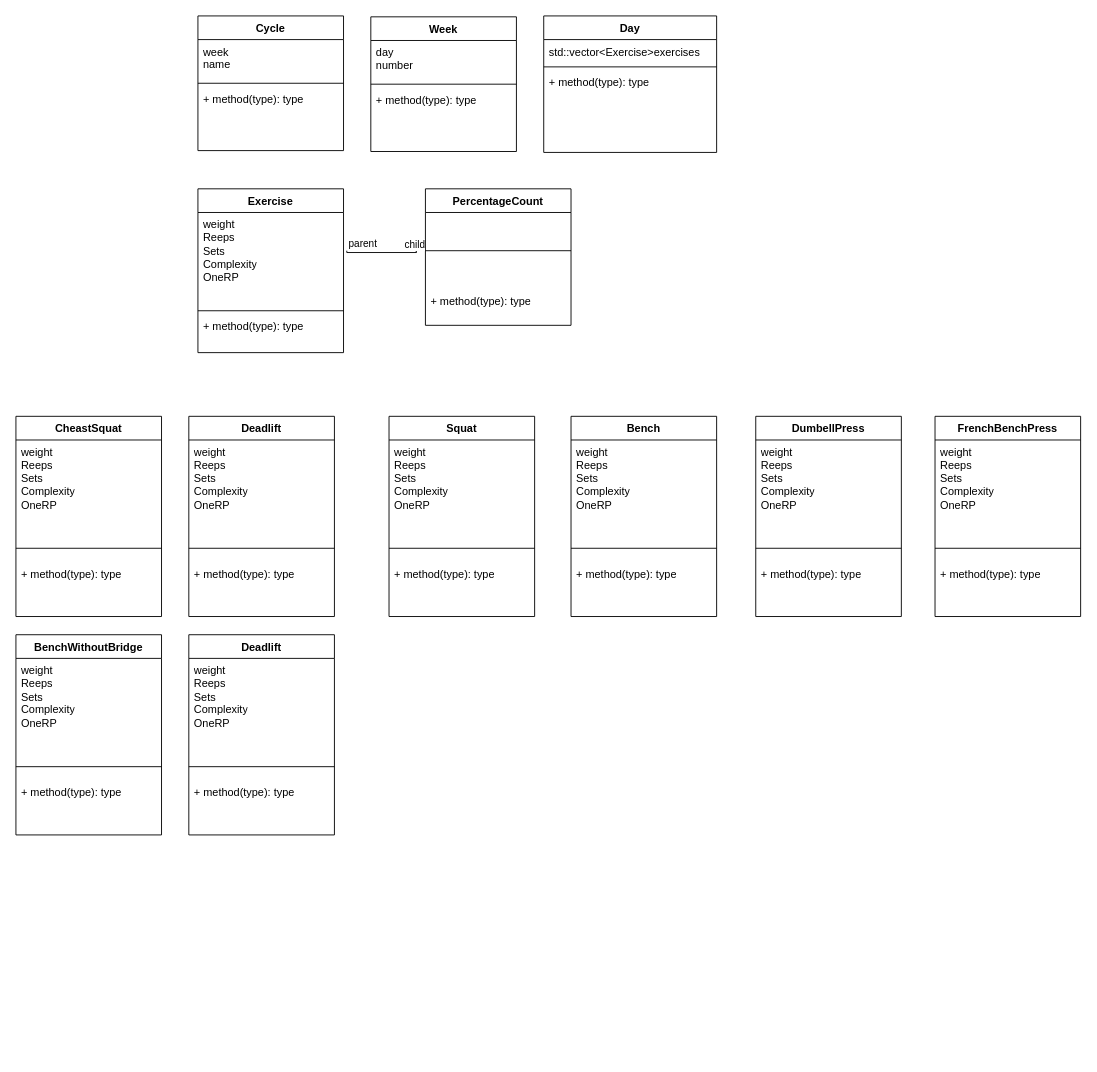
Above: Document/LMS_project.drawio in Ziver14/LMS_project (draw.io), before the change. Source tidied: cells renumbered, new cells numbered last; positions are measured from the earlier drawing's top-left corner, leaving out a move shared by most shapes. Both pictures are drawn from the tidied source at 91%, with x=0, y=0 at pixel (15, 15).
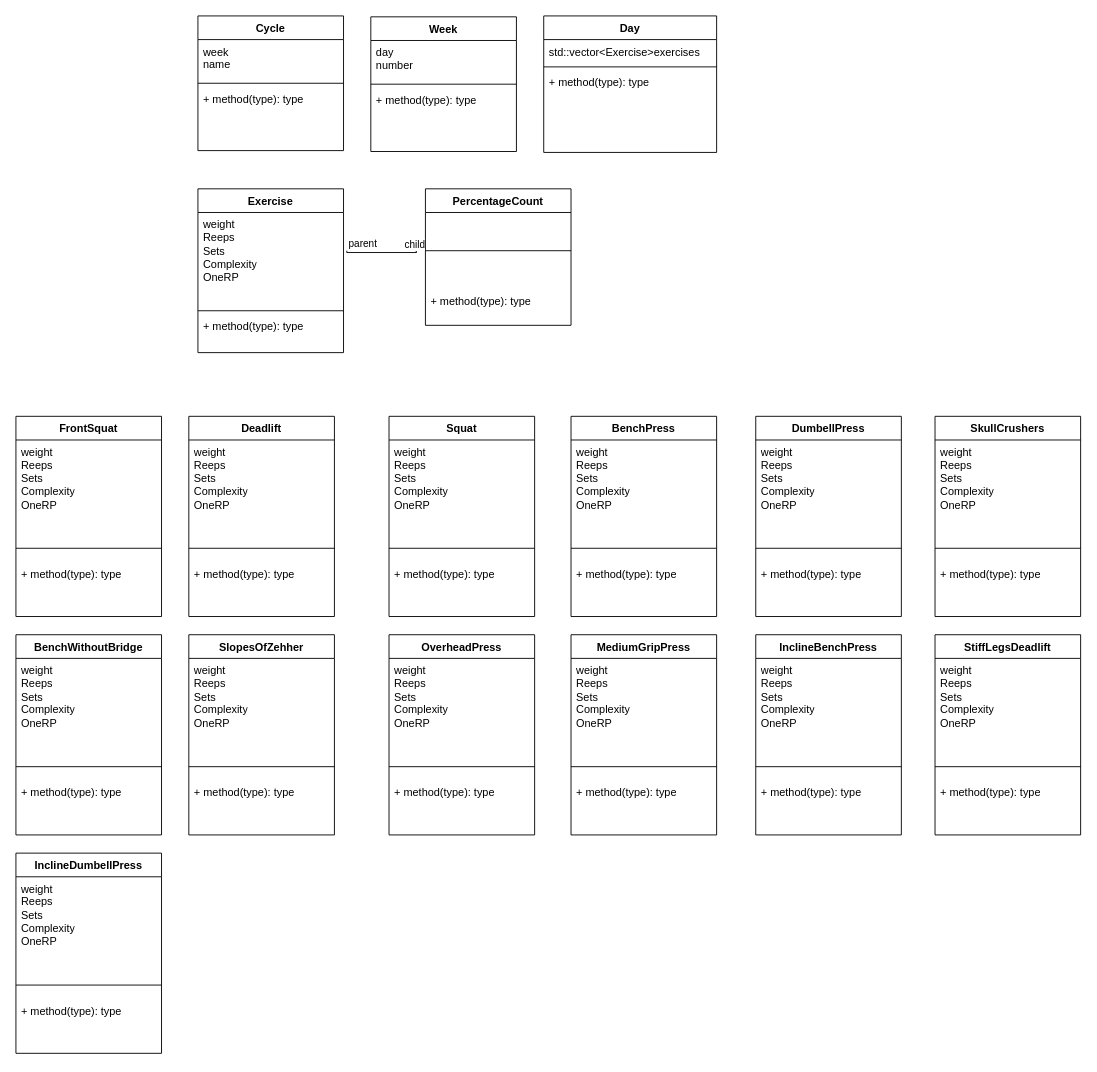
Above is the later version.

What changed in the source:
```diff
@@
-    <mxCell id="32" value="Bench" style="swimlane;fontStyle=1;align=center;verticalAlign=top;horizontal=1;startSize=26;whiteSpace=wrap;html=1;" parent="1" vertex="1">
+    <mxCell id="32" value="BenchPress" style="swimlane;fontStyle=1;align=center;verticalAlign=top;horizontal=1;startSize=26;whiteSpace=wrap;html=1;" parent="1" vertex="1">
       <mxGeometry x="610" y="440" width="160" height="220" as="geometry" />
     </mxCell>
@@
-    <mxCell id="36" value="CheastSquat" style="swimlane;fontStyle=1;align=center;verticalAlign=top;horizontal=1;startSize=26;whiteSpace=wrap;html=1;" parent="1" vertex="1">
+    <mxCell id="36" value="FrontSquat" style="swimlane;fontStyle=1;align=center;verticalAlign=top;horizontal=1;startSize=26;whiteSpace=wrap;html=1;" parent="1" vertex="1">
       <mxGeometry y="440" width="160" height="220" as="geometry" />
     </mxCell>
@@
-    <mxCell id="44" value="FrenchBenchPress" style="swimlane;fontStyle=1;align=center;verticalAlign=top;horizontal=1;startSize=26;whiteSpace=wrap;html=1;" parent="1" vertex="1">
+    <mxCell id="44" value="SkullCrushers" style="swimlane;fontStyle=1;align=center;verticalAlign=top;horizontal=1;startSize=26;whiteSpace=wrap;html=1;" parent="1" vertex="1">
       <mxGeometry x="1010" y="440" width="160" height="220" as="geometry" />
     </mxCell>
@@
-    <mxCell id="52" value="Deadlift" style="swimlane;fontStyle=1;align=center;verticalAlign=top;horizontal=1;startSize=26;whiteSpace=wrap;html=1;" parent="1" vertex="1">
+    <mxCell id="52" value="SlopesOfZehher" style="swimlane;fontStyle=1;align=center;verticalAlign=top;horizontal=1;startSize=26;whiteSpace=wrap;html=1;" parent="1" vertex="1">
       <mxGeometry x="190" y="680" width="160" height="220" as="geometry" />
     </mxCell>
@@
+    <mxCell id="56" value="OverheadPress" style="swimlane;fontStyle=1;align=center;verticalAlign=top;horizontal=1;startSize=26;whiteSpace=wrap;html=1;" parent="1" vertex="1">
+      <mxGeometry x="410" y="680" width="160" height="220" as="geometry" />
+    </mxCell>
+    <mxCell id="57" value="&lt;div&gt;weight&lt;/div&gt;&lt;div&gt;Reeps&lt;/div&gt;&lt;div&gt;Sets&lt;/div&gt;&lt;div&gt;Complexity&lt;/div&gt;&lt;div&gt;OneRP&amp;nbsp;&lt;/div&gt;&lt;div&gt;&lt;br&gt;&lt;/div&gt;" style="text;strokeColor=none;fillColor=none;align=left;verticalAlign=top;spacingLeft=4;spacingRight=4;overflow=hidden;whiteSpace=wrap;html=1;" parent="56" vertex="1">
+      <mxGeometry y="26" width="160" height="104" as="geometry" />
+    </mxCell>
+    <mxCell id="58" style="line;strokeWidth=1;fillColor=none;align=left;verticalAlign=middle;spacingTop=-1;spacingLeft=3;spacingRight=3;labelPosition=right;strokeColor=inherit;" parent="56" vertex="1">
+      <mxGeometry y="130" width="160" height="30" as="geometry" />
+    </mxCell>
+    <mxCell id="59" value="+ method(type): type" style="text;strokeColor=none;fillColor=none;align=left;verticalAlign=top;spacingLeft=4;spacingRight=4;overflow=hidden;whiteSpace=wrap;html=1;" parent="56" vertex="1">
+      <mxGeometry y="160" width="160" height="60" as="geometry" />
+    </mxCell>
+    <mxCell id="60" value="MediumGripPress" style="swimlane;fontStyle=1;align=center;verticalAlign=top;horizontal=1;startSize=26;whiteSpace=wrap;html=1;" parent="1" vertex="1">
+      <mxGeometry x="610" y="680" width="160" height="220" as="geometry" />
+    </mxCell>
+    <mxCell id="61" value="&lt;div&gt;weight&lt;/div&gt;&lt;div&gt;Reeps&lt;/div&gt;&lt;div&gt;Sets&lt;/div&gt;&lt;div&gt;Complexity&lt;/div&gt;&lt;div&gt;OneRP&amp;nbsp;&lt;/div&gt;&lt;div&gt;&lt;br&gt;&lt;/div&gt;" style="text;strokeColor=none;fillColor=none;align=left;verticalAlign=top;spacingLeft=4;spacingRight=4;overflow=hidden;whiteSpace=wrap;html=1;" parent="60" vertex="1">
+      <mxGeometry y="26" width="160" height="104" as="geometry" />
+    </mxCell>
+    <mxCell id="62" style="line;strokeWidth=1;fillColor=none;align=left;verticalAlign=middle;spacingTop=-1;spacingLeft=3;spacingRight=3;labelPosition=right;strokeColor=inherit;" parent="60" vertex="1">
+      <mxGeometry y="130" width="160" height="30" as="geometry" />
+    </mxCell>
+    <mxCell id="63" value="+ method(type): type" style="text;strokeColor=none;fillColor=none;align=left;verticalAlign=top;spacingLeft=4;spacingRight=4;overflow=hidden;whiteSpace=wrap;html=1;" parent="60" vertex="1">
+      <mxGeometry y="160" width="160" height="60" as="geometry" />
+    </mxCell>
+    <mxCell id="64" value="InclineBenchPress" style="swimlane;fontStyle=1;align=center;verticalAlign=top;horizontal=1;startSize=26;whiteSpace=wrap;html=1;" parent="1" vertex="1">
+      <mxGeometry x="813" y="680" width="160" height="220" as="geometry" />
+    </mxCell>
+    <mxCell id="65" value="&lt;div&gt;weight&lt;/div&gt;&lt;div&gt;Reeps&lt;/div&gt;&lt;div&gt;Sets&lt;/div&gt;&lt;div&gt;Complexity&lt;/div&gt;&lt;div&gt;OneRP&amp;nbsp;&lt;/div&gt;&lt;div&gt;&lt;br&gt;&lt;/div&gt;" style="text;strokeColor=none;fillColor=none;align=left;verticalAlign=top;spacingLeft=4;spacingRight=4;overflow=hidden;whiteSpace=wrap;html=1;" parent="64" vertex="1">
+      <mxGeometry y="26" width="160" height="104" as="geometry" />
+    </mxCell>
+    <mxCell id="66" style="line;strokeWidth=1;fillColor=none;align=left;verticalAlign=middle;spacingTop=-1;spacingLeft=3;spacingRight=3;labelPosition=right;strokeColor=inherit;" parent="64" vertex="1">
+      <mxGeometry y="130" width="160" height="30" as="geometry" />
+    </mxCell>
+    <mxCell id="67" value="+ method(type): type" style="text;strokeColor=none;fillColor=none;align=left;verticalAlign=top;spacingLeft=4;spacingRight=4;overflow=hidden;whiteSpace=wrap;html=1;" parent="64" vertex="1">
+      <mxGeometry y="160" width="160" height="60" as="geometry" />
+    </mxCell>
+    <mxCell id="68" value="StiffLegsDeadlift" style="swimlane;fontStyle=1;align=center;verticalAlign=top;horizontal=1;startSize=26;whiteSpace=wrap;html=1;" parent="1" vertex="1">
+      <mxGeometry x="1010" y="680" width="160" height="220" as="geometry" />
+    </mxCell>
+    <mxCell id="69" value="&lt;div&gt;weight&lt;/div&gt;&lt;div&gt;Reeps&lt;/div&gt;&lt;div&gt;Sets&lt;/div&gt;&lt;div&gt;Complexity&lt;/div&gt;&lt;div&gt;OneRP&amp;nbsp;&lt;/div&gt;&lt;div&gt;&lt;br&gt;&lt;/div&gt;" style="text;strokeColor=none;fillColor=none;align=left;verticalAlign=top;spacingLeft=4;spacingRight=4;overflow=hidden;whiteSpace=wrap;html=1;" parent="68" vertex="1">
+      <mxGeometry y="26" width="160" height="104" as="geometry" />
+    </mxCell>
+    <mxCell id="70" style="line;strokeWidth=1;fillColor=none;align=left;verticalAlign=middle;spacingTop=-1;spacingLeft=3;spacingRight=3;labelPosition=right;strokeColor=inherit;" parent="68" vertex="1">
+      <mxGeometry y="130" width="160" height="30" as="geometry" />
+    </mxCell>
+    <mxCell id="71" value="+ method(type): type" style="text;strokeColor=none;fillColor=none;align=left;verticalAlign=top;spacingLeft=4;spacingRight=4;overflow=hidden;whiteSpace=wrap;html=1;" parent="68" vertex="1">
+      <mxGeometry y="160" width="160" height="60" as="geometry" />
+    </mxCell>
+    <mxCell id="72" value="InclineDumbellPress" style="swimlane;fontStyle=1;align=center;verticalAlign=top;horizontal=1;startSize=26;whiteSpace=wrap;html=1;" parent="1" vertex="1">
+      <mxGeometry y="920" width="160" height="220" as="geometry" />
+    </mxCell>
+    <mxCell id="73" value="&lt;div&gt;weight&lt;/div&gt;&lt;div&gt;Reeps&lt;/div&gt;&lt;div&gt;Sets&lt;/div&gt;&lt;div&gt;Complexity&lt;/div&gt;&lt;div&gt;OneRP&amp;nbsp;&lt;/div&gt;&lt;div&gt;&lt;br&gt;&lt;/div&gt;" style="text;strokeColor=none;fillColor=none;align=left;verticalAlign=top;spacingLeft=4;spacingRight=4;overflow=hidden;whiteSpace=wrap;html=1;" parent="72" vertex="1">
+      <mxGeometry y="26" width="160" height="104" as="geometry" />
+    </mxCell>
+    <mxCell id="74" style="line;strokeWidth=1;fillColor=none;align=left;verticalAlign=middle;spacingTop=-1;spacingLeft=3;spacingRight=3;labelPosition=right;strokeColor=inherit;" parent="72" vertex="1">
+      <mxGeometry y="130" width="160" height="30" as="geometry" />
+    </mxCell>
+    <mxCell id="75" value="+ method(type): type" style="text;strokeColor=none;fillColor=none;align=left;verticalAlign=top;spacingLeft=4;spacingRight=4;overflow=hidden;whiteSpace=wrap;html=1;" parent="72" vertex="1">
+      <mxGeometry y="160" width="160" height="60" as="geometry" />
+    </mxCell>
```
